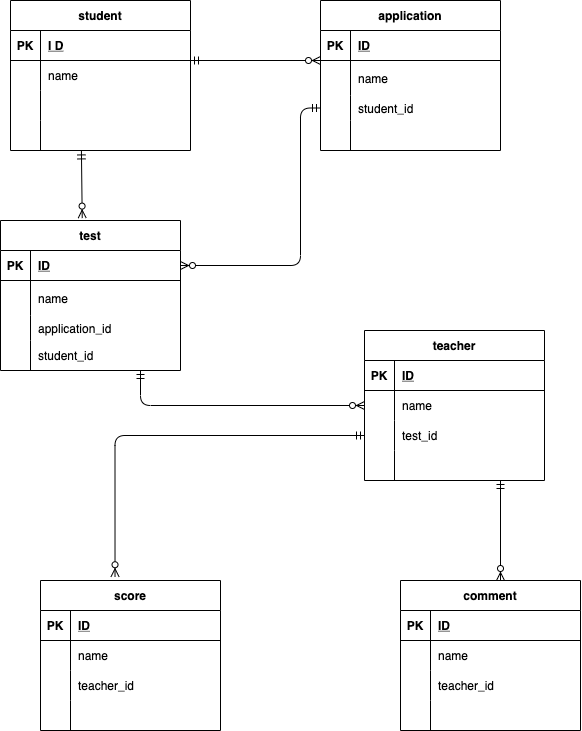
The draw.io diagram index.drawio.png in daisuke88888/ER, before a commit. Source tidied: cells renumbered, new cells last; positions are measured from the earlier drawing's top-left corner, leaving out a move shared by most shapes.
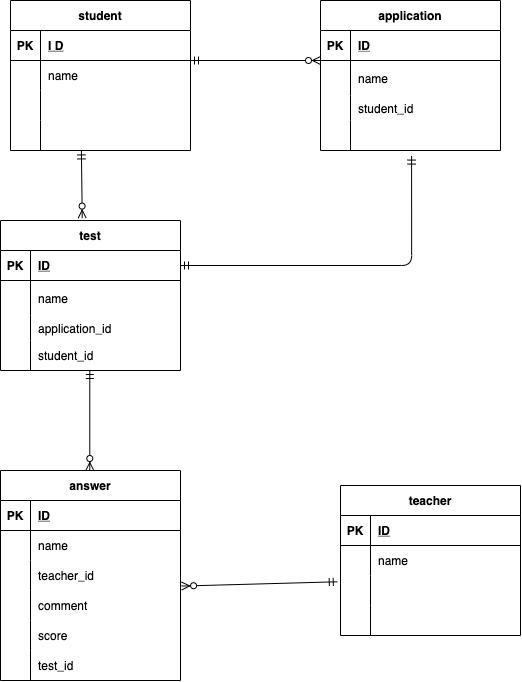
Above is the later version.

The edit, as a diff of the source:
```diff
@@ -81,7 +81,7 @@
       <mxGeometry x="30" width="150" height="30" as="geometry" />
     </mxCell>
     <mxCell id="28" value="teacher" style="shape=table;startSize=30;rowLines=0;fontStyle=1;align=center;" parent="1" vertex="1">
-      <mxGeometry x="364" y="330" width="180" height="150" as="geometry" />
+      <mxGeometry x="340" y="485" width="180" height="150" as="geometry" />
     </mxCell>
     <mxCell id="29" style="shape=partialRectangle;fillColor=none;top=0;left=0;bottom=1;right=0;" parent="28" vertex="1">
       <mxGeometry y="30" width="180" height="30" as="geometry" />
@@ -107,7 +107,7 @@
     <mxCell id="36" style="shape=partialRectangle;fillColor=none;top=0;left=0;bottom=0;right=0;overflow=hidden;" parent="35" vertex="1">
       <mxGeometry width="30" height="30" as="geometry" />
     </mxCell>
-    <mxCell id="37" value="test_id" style="shape=partialRectangle;fillColor=none;top=0;left=0;bottom=0;right=0;align=left;spacingLeft=6;overflow=hidden;" parent="35" vertex="1">
+    <mxCell id="37" style="shape=partialRectangle;fillColor=none;top=0;left=0;bottom=0;right=0;align=left;spacingLeft=6;overflow=hidden;" parent="35" vertex="1">
       <mxGeometry x="30" width="150" height="30" as="geometry" />
     </mxCell>
     <mxCell id="38" style="shape=partialRectangle;fillColor=none;top=0;left=0;bottom=0;right=0;" parent="28" vertex="1">
@@ -119,8 +119,8 @@
     <mxCell id="40" style="shape=partialRectangle;fillColor=none;top=0;left=0;bottom=0;right=0;align=left;spacingLeft=6;overflow=hidden;" parent="38" vertex="1">
       <mxGeometry x="30" width="150" height="30" as="geometry" />
     </mxCell>
-    <mxCell id="41" value="comment" style="shape=table;startSize=30;rowLines=0;fontStyle=1;align=center;" parent="1" vertex="1">
-      <mxGeometry x="400" y="580" width="180" height="150" as="geometry" />
+    <mxCell id="41" value="answer" style="shape=table;startSize=30;rowLines=0;fontStyle=1;align=center;gradientColor=none;swimlaneFillColor=none;strokeColor=default;" parent="1" vertex="1">
+      <mxGeometry y="470" width="180" height="210" as="geometry" />
     </mxCell>
     <mxCell id="42" style="shape=partialRectangle;fillColor=none;top=0;left=0;bottom=1;right=0;" parent="41" vertex="1">
       <mxGeometry y="30" width="180" height="30" as="geometry" />
@@ -155,9 +155,27 @@
     <mxCell id="52" style="shape=partialRectangle;fillColor=none;top=0;left=0;bottom=0;right=0;overflow=hidden;" parent="51" vertex="1">
       <mxGeometry width="30" height="30" as="geometry" />
     </mxCell>
-    <mxCell id="53" style="shape=partialRectangle;fillColor=none;top=0;left=0;bottom=0;right=0;align=left;spacingLeft=6;overflow=hidden;" parent="51" vertex="1">
+    <mxCell id="53" value="comment" style="shape=partialRectangle;fillColor=none;top=0;left=0;bottom=0;right=0;align=left;spacingLeft=6;overflow=hidden;" parent="51" vertex="1">
       <mxGeometry x="30" width="150" height="30" as="geometry" />
     </mxCell>
+    <mxCell id="86" style="shape=partialRectangle;fillColor=none;top=0;left=0;bottom=0;right=0;" parent="41" vertex="1">
+      <mxGeometry y="150" width="180" height="30" as="geometry" />
+    </mxCell>
+    <mxCell id="87" style="shape=partialRectangle;fillColor=none;top=0;left=0;bottom=0;right=0;overflow=hidden;" parent="86" vertex="1">
+      <mxGeometry width="30" height="30" as="geometry" />
+    </mxCell>
+    <mxCell id="69" value="score" style="shape=partialRectangle;fillColor=none;top=0;left=0;bottom=0;right=0;align=left;spacingLeft=6;overflow=hidden;" parent="86" vertex="1">
+      <mxGeometry x="30" width="150" height="30" as="geometry" />
+    </mxCell>
+    <mxCell id="88" style="shape=partialRectangle;fillColor=none;top=0;left=0;bottom=0;right=0;" parent="41" vertex="1">
+      <mxGeometry y="180" width="180" height="30" as="geometry" />
+    </mxCell>
+    <mxCell id="89" style="shape=partialRectangle;fillColor=none;top=0;left=0;bottom=0;right=0;overflow=hidden;" parent="88" vertex="1">
+      <mxGeometry width="30" height="30" as="geometry" />
+    </mxCell>
+    <mxCell id="90" value="test_id" style="shape=partialRectangle;fillColor=none;top=0;left=0;bottom=0;right=0;align=left;spacingLeft=6;overflow=hidden;" parent="88" vertex="1">
+      <mxGeometry x="30" width="150" height="30" as="geometry" />
+    </mxCell>
     <mxCell id="54" style="fontSize=12;html=1;endArrow=ERzeroToMany;startArrow=ERmandOne;" parent="1" edge="1">
       <mxGeometry relative="1" as="geometry">
         <mxPoint x="190" y="60" as="sourcePoint" />
@@ -203,69 +221,24 @@
     <mxCell id="67" style="shape=partialRectangle;fillColor=none;top=0;left=0;bottom=0;right=0;align=left;spacingLeft=6;overflow=hidden;" parent="65" vertex="1">
       <mxGeometry x="30" width="150" height="30" as="geometry" />
     </mxCell>
-    <mxCell id="68" style="fontSize=12;html=1;endArrow=ERzeroToMany;startArrow=ERmandOne;entryX=0;entryY=0.5;entryDx=0;entryDy=0;edgeStyle=orthogonalEdgeStyle;" parent="1" edge="1" target="32">
-      <mxGeometry relative="1" as="geometry">
-        <mxPoint x="140" y="370" as="sourcePoint" />
-      </mxGeometry>
-    </mxCell>
-    <mxCell id="69" value="score" style="shape=table;startSize=30;rowLines=0;fontStyle=1;align=center;" parent="1" vertex="1">
-      <mxGeometry x="40" y="580" width="180" height="150" as="geometry" />
-    </mxCell>
-    <mxCell id="70" style="shape=partialRectangle;fillColor=none;top=0;left=0;bottom=1;right=0;" parent="69" vertex="1">
-      <mxGeometry y="30" width="180" height="30" as="geometry" />
-    </mxCell>
-    <mxCell id="71" value="PK" style="shape=partialRectangle;fillColor=none;top=0;left=0;bottom=0;right=0;fontStyle=1;overflow=hidden;" parent="70" vertex="1">
-      <mxGeometry width="30" height="30" as="geometry" />
-    </mxCell>
-    <mxCell id="72" value="ID" style="shape=partialRectangle;fillColor=none;top=0;left=0;bottom=0;right=0;align=left;spacingLeft=6;fontStyle=5;overflow=hidden;" parent="70" vertex="1">
-      <mxGeometry x="30" width="150" height="30" as="geometry" />
-    </mxCell>
-    <mxCell id="73" style="shape=partialRectangle;fillColor=none;top=0;left=0;bottom=0;right=0;" parent="69" vertex="1">
-      <mxGeometry y="60" width="180" height="30" as="geometry" />
-    </mxCell>
-    <mxCell id="74" style="shape=partialRectangle;fillColor=none;top=0;left=0;bottom=0;right=0;overflow=hidden;" parent="73" vertex="1">
-      <mxGeometry width="30" height="30" as="geometry" />
-    </mxCell>
-    <mxCell id="75" value="name" style="shape=partialRectangle;fillColor=none;top=0;left=0;bottom=0;right=0;align=left;spacingLeft=6;overflow=hidden;" parent="73" vertex="1">
-      <mxGeometry x="30" width="150" height="30" as="geometry" />
-    </mxCell>
-    <mxCell id="76" style="shape=partialRectangle;fillColor=none;top=0;left=0;bottom=0;right=0;" parent="69" vertex="1">
-      <mxGeometry y="90" width="180" height="30" as="geometry" />
-    </mxCell>
-    <mxCell id="77" style="shape=partialRectangle;fillColor=none;top=0;left=0;bottom=0;right=0;overflow=hidden;" parent="76" vertex="1">
-      <mxGeometry width="30" height="30" as="geometry" />
-    </mxCell>
-    <mxCell id="78" value="teacher_id" style="shape=partialRectangle;fillColor=none;top=0;left=0;bottom=0;right=0;align=left;spacingLeft=6;overflow=hidden;" parent="76" vertex="1">
-      <mxGeometry x="30" width="150" height="30" as="geometry" />
-    </mxCell>
-    <mxCell id="79" style="shape=partialRectangle;fillColor=none;top=0;left=0;bottom=0;right=0;" parent="69" vertex="1">
-      <mxGeometry y="120" width="180" height="30" as="geometry" />
-    </mxCell>
-    <mxCell id="80" style="shape=partialRectangle;fillColor=none;top=0;left=0;bottom=0;right=0;overflow=hidden;" parent="79" vertex="1">
-      <mxGeometry width="30" height="30" as="geometry" />
-    </mxCell>
-    <mxCell id="81" style="shape=partialRectangle;fillColor=none;top=0;left=0;bottom=0;right=0;align=left;spacingLeft=6;overflow=hidden;" parent="79" vertex="1">
-      <mxGeometry x="30" width="150" height="30" as="geometry" />
-    </mxCell>
     <mxCell id="82" style="fontSize=12;html=1;endArrow=ERzeroToMany;startArrow=ERmandOne;entryX=0.454;entryY=-0.016;entryDx=0;entryDy=0;entryPerimeter=0;exitX=0.394;exitY=1.014;exitDx=0;exitDy=0;exitPerimeter=0;" parent="1" edge="1" source="12" target="15">
       <mxGeometry relative="1" as="geometry" />
     </mxCell>
-    <mxCell id="83" style="fontSize=12;html=1;endArrow=ERzeroToMany;startArrow=ERmandOne;entryX=1;entryY=0.5;entryDx=0;entryDy=0;exitX=0;exitY=0.5;exitDx=0;exitDy=0;edgeStyle=orthogonalEdgeStyle;" parent="1" edge="1" source="62" target="16">
-      <mxGeometry relative="1" as="geometry">
-        <Array as="points">
-          <mxPoint x="300" y="108" />
-          <mxPoint x="300" y="265" />
-        </Array>
-      </mxGeometry>
-    </mxCell>
     <mxCell id="84" style="fontSize=12;html=1;endArrow=ERzeroToMany;startArrow=ERmandOne;entryX=0;entryY=0.5;entryDx=0;entryDy=0;" parent="1" edge="1">
       <mxGeometry relative="1" as="geometry">
-        <mxPoint x="500" y="480" as="sourcePoint" />
-        <mxPoint x="500" y="580" as="targetPoint" />
+        <mxPoint x="89.3" y="370" as="sourcePoint" />
+        <mxPoint x="89.3" y="470" as="targetPoint" />
       </mxGeometry>
     </mxCell>
-    <mxCell id="85" style="fontSize=12;html=1;endArrow=ERzeroToMany;startArrow=ERmandOne;entryX=0.414;entryY=-0.025;entryDx=0;entryDy=0;edgeStyle=orthogonalEdgeStyle;exitX=0;exitY=0.5;exitDx=0;exitDy=0;entryPerimeter=0;" parent="1" edge="1" source="35" target="69">
-      <mxGeometry relative="1" as="geometry" />
-    </mxCell>
+    <mxCell id="91" style="edgeStyle=orthogonalEdgeStyle;fontSize=12;html=1;endArrow=ERmandOne;startArrow=ERmandOne;exitX=1;exitY=0.5;exitDx=0;exitDy=0;entryX=0.506;entryY=1.186;entryDx=0;entryDy=0;entryPerimeter=0;" parent="1" edge="1" source="16" target="65">
+      <mxGeometry relative="1" as="geometry">
+        <Array as="points">
+          <mxPoint x="411" y="265" />
+        </Array>
+      </mxGeometry>
+    </mxCell>
+    <mxCell id="92" style="fontSize=12;html=1;endArrow=ERzeroToMany;startArrow=ERmandOne;entryX=1.006;entryY=0.852;entryDx=0;entryDy=0;exitX=-0.018;exitY=0.21;exitDx=0;exitDy=0;exitPerimeter=0;entryPerimeter=0;" parent="1" edge="1" source="35" target="48">
+      <mxGeometry relative="1" as="geometry" />
+    </mxCell>
   </root>
 </mxGraphModel>
```
